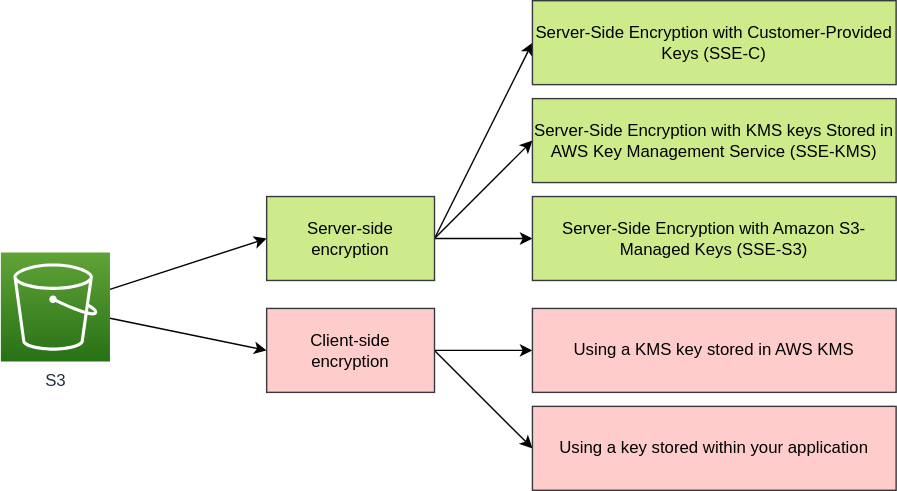
Earlier version of the draw.io export img/aws-data-security-s3.drawio.svg (ParisaMousavi/wordpress). Source tidied: cells renumbered, new cells last; positions are measured from the earlier drawing's top-left corner, leaving out a move shared by most shapes.
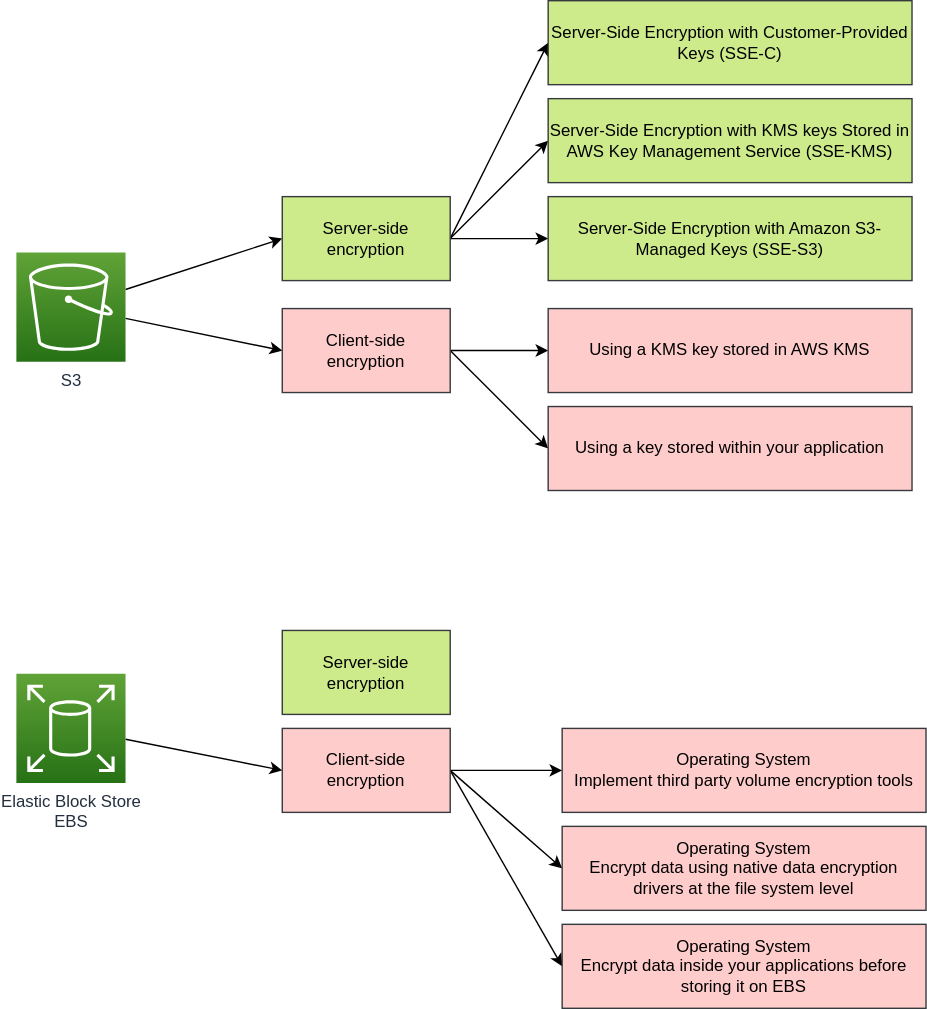
Above is the later version.

What changed in the source:
```diff
@@ -47,5 +47,35 @@
     <mxCell id="16" value="Using a key stored within your application" style="rounded=0;whiteSpace=wrap;html=1;fillColor=#ffcccc;strokeColor=#36393d;" parent="1" vertex="1">
       <mxGeometry x="380" y="290" width="260" height="60" as="geometry" />
     </mxCell>
+    <mxCell id="17" style="rounded=0;jettySize=auto;html=1;entryX=0;entryY=0.5;entryDx=0;entryDy=0;" parent="1" edge="1" source="18" target="23">
+      <mxGeometry relative="1" as="geometry" />
+    </mxCell>
+    <mxCell id="18" value="Elastic Block Store&lt;br&gt;EBS" style="sketch=0;points=[[0,0,0],[0.25,0,0],[0.5,0,0],[0.75,0,0],[1,0,0],[0,1,0],[0.25,1,0],[0.5,1,0],[0.75,1,0],[1,1,0],[0,0.25,0],[0,0.5,0],[0,0.75,0],[1,0.25,0],[1,0.5,0],[1,0.75,0]];outlineConnect=0;fontColor=#232F3E;gradientColor=#60A337;gradientDirection=north;fillColor=#277116;strokeColor=#ffffff;dashed=0;verticalLabelPosition=bottom;verticalAlign=top;align=center;html=1;fontSize=12;fontStyle=0;shape=mxgraph.aws4.resourceIcon;resIcon=mxgraph.aws4.elastic_block_store;" parent="1" vertex="1">
+      <mxGeometry y="481" width="78" height="78" as="geometry" />
+    </mxCell>
+    <mxCell id="19" value="&lt;div&gt;Operating System&lt;/div&gt;&lt;div&gt;Implement third party volume encryption tools&lt;/div&gt;" style="rounded=0;whiteSpace=wrap;html=1;fillColor=#ffcccc;strokeColor=#36393d;" parent="1" vertex="1">
+      <mxGeometry x="390" y="520" width="260" height="60" as="geometry" />
+    </mxCell>
+    <mxCell id="20" style="edgeStyle=none;rounded=0;jettySize=auto;html=1;entryX=0;entryY=0.5;entryDx=0;entryDy=0;" parent="1" edge="1" source="23" target="19">
+      <mxGeometry relative="1" as="geometry" />
+    </mxCell>
+    <mxCell id="21" style="edgeStyle=none;rounded=0;jettySize=auto;html=1;exitX=1;exitY=0.5;exitDx=0;exitDy=0;entryX=0;entryY=0.5;entryDx=0;entryDy=0;" parent="1" edge="1" source="23" target="25">
+      <mxGeometry relative="1" as="geometry" />
+    </mxCell>
+    <mxCell id="22" style="edgeStyle=none;rounded=0;jettySize=auto;html=1;exitX=1;exitY=0.5;exitDx=0;exitDy=0;entryX=0;entryY=0.5;entryDx=0;entryDy=0;" parent="1" edge="1" source="23" target="26">
+      <mxGeometry relative="1" as="geometry" />
+    </mxCell>
+    <mxCell id="23" value="Client-side &lt;br&gt;encryption" style="rounded=0;whiteSpace=wrap;html=1;fillColor=#ffcccc;strokeColor=#36393d;" parent="1" vertex="1">
+      <mxGeometry x="190" y="520" width="120" height="60" as="geometry" />
+    </mxCell>
+    <mxCell id="24" value="Server-side encryption" style="rounded=0;whiteSpace=wrap;html=1;fillColor=#cdeb8b;strokeColor=#36393d;" parent="1" vertex="1">
+      <mxGeometry x="190" y="450" width="120" height="60" as="geometry" />
+    </mxCell>
+    <mxCell id="25" value="&lt;div&gt;Operating System&lt;/div&gt;&lt;div&gt;Encrypt data using native data encryption drivers at the file system level&lt;/div&gt;" style="rounded=0;whiteSpace=wrap;html=1;fillColor=#ffcccc;strokeColor=#36393d;" parent="1" vertex="1">
+      <mxGeometry x="390" y="590" width="260" height="60" as="geometry" />
+    </mxCell>
+    <mxCell id="26" value="&lt;div&gt;Operating System&lt;/div&gt;&lt;div&gt;Encrypt data inside your applications before storing it on EBS&lt;/div&gt;" style="rounded=0;whiteSpace=wrap;html=1;fillColor=#ffcccc;strokeColor=#36393d;" parent="1" vertex="1">
+      <mxGeometry x="390" y="660" width="260" height="60" as="geometry" />
+    </mxCell>
   </root>
 </mxGraphModel>
```
